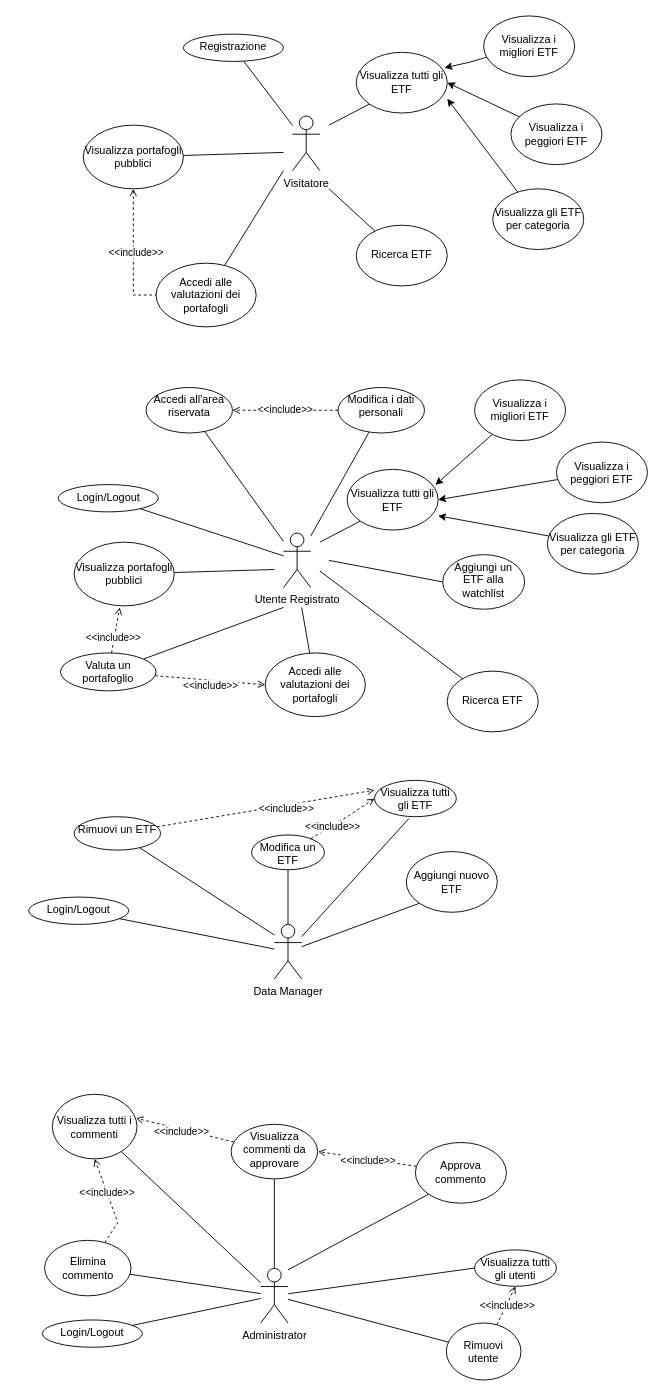
Before: page "user use cases" (2 of 3) of user_use_case.drawio in mattiapitossi/sebd, a draw.io diagram. Source tidied: cells renumbered, new cells numbered last; positions are measured from the earlier drawing's top-left corner, leaving out a move shared by most shapes. Both pictures are drawn from the tidied source at 91%, with x=0, y=0 at pixel (28, 15).
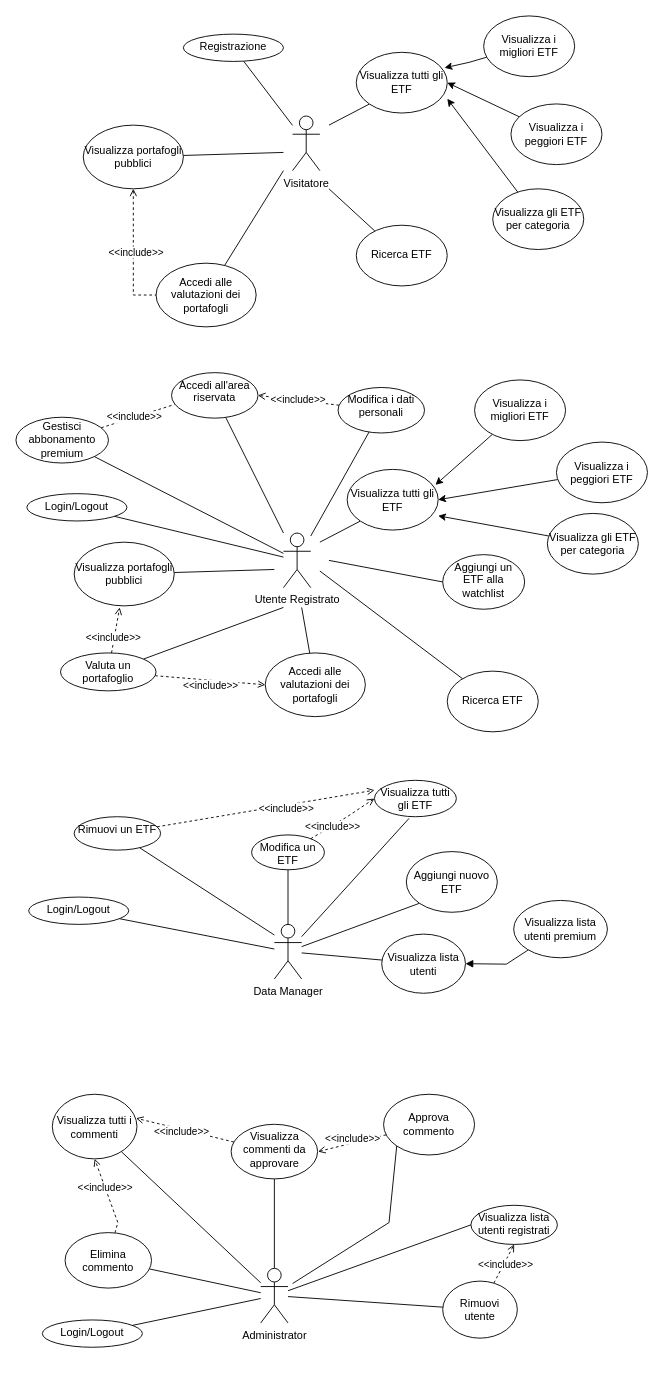
After the change.

The change refers to these unchanged cells:
```xml
<mxCell id="28" value="Utente Registrato" style="shape=umlActor;verticalLabelPosition=bottom;verticalAlign=top;html=1;outlineConnect=0;" parent="1" vertex="1">
  <mxGeometry x="280" y="568.3" width="30" height="60" as="geometry" />
</mxCell>
<mxCell id="48" value="Modifica i dati personali" style="ellipse;whiteSpace=wrap;html=1;verticalAlign=top;" parent="1" vertex="1">
  <mxGeometry x="340" y="408.3" width="95" height="50" as="geometry" />
</mxCell>
<mxCell id="59" value="Data Manager" style="shape=umlActor;verticalLabelPosition=bottom;verticalAlign=top;html=1;outlineConnect=0;" parent="1" vertex="1">
  <mxGeometry x="270" y="998.3" width="30" height="60" as="geometry" />
</mxCell>
<mxCell id="81" style="rounded=0;jettySize=auto;html=1;endArrow=open;endFill=0;dashed=1;" parent="1" edge="1" source="83">
  <mxGeometry relative="1" as="geometry">
    <mxPoint x="318" y="1248" as="targetPoint" />
  </mxGeometry>
</mxCell>
```

What changed in the source:
```diff
@@
+    <mxCell id="97" style="rounded=0;jettySize=auto;html=1;endArrow=none;endFill=0;" parent="1" edge="1" source="28" target="101">
+      <mxGeometry relative="1" as="geometry" />
+    </mxCell>
@@
     <mxCell id="45" value="Login/Logout" style="ellipse;whiteSpace=wrap;html=1;verticalAlign=top;" parent="1" vertex="1">
-      <mxGeometry x="32.5" y="515" width="110" height="30" as="geometry" />
+      <mxGeometry x="-2" y="525" width="110" height="30" as="geometry" />
     </mxCell>
     <mxCell id="46" value="Accedi all'area riservata" style="ellipse;whiteSpace=wrap;html=1;verticalAlign=top;" parent="1" vertex="1">
-      <mxGeometry x="129" y="408.3" width="95" height="50" as="geometry" />
+      <mxGeometry x="157" y="392" width="95" height="50" as="geometry" />
     </mxCell>
-    <mxCell id="47" value="&amp;lt;&amp;lt;include&amp;gt;&amp;gt;" style="edgeStyle=orthogonalEdgeStyle;rounded=0;jettySize=auto;html=1;entryX=1;entryY=0.5;entryDx=0;entryDy=0;dashed=1;endArrow=open;endFill=0;startArrow=none;startFill=0;" parent="1" edge="1" source="48" target="46">
+    <mxCell id="47" value="&amp;lt;&amp;lt;include&amp;gt;&amp;gt;" style="rounded=0;jettySize=auto;html=1;entryX=1;entryY=0.5;entryDx=0;entryDy=0;dashed=1;endArrow=open;endFill=0;startArrow=none;startFill=0;" parent="1" edge="1" source="48" target="46">
       <mxGeometry relative="1" as="geometry" />
     </mxCell>
@@
+    <mxCell id="98" style="rounded=0;jettySize=auto;html=1;endArrow=none;endFill=0;" parent="1" edge="1" source="59" target="103">
+      <mxGeometry relative="1" as="geometry" />
+    </mxCell>
@@
     <mxCell id="80" style="rounded=0;jettySize=auto;html=1;exitX=0;exitY=1;exitDx=0;exitDy=0;endArrow=none;endFill=0;" parent="1" edge="1" source="83">
       <mxGeometry relative="1" as="geometry">
-        <mxPoint x="285" y="1378" as="targetPoint" />
+        <mxPoint x="290" y="1393" as="targetPoint" />
+        <Array as="points">
+          <mxPoint x="396" y="1326" />
+        </Array>
       </mxGeometry>
     </mxCell>
@@
     <mxCell id="82" value="&amp;lt;&amp;lt;include&amp;gt;&amp;gt;" style="edgeLabel;html=1;align=center;verticalAlign=middle;" parent="81" vertex="1">
       <mxGeometry x="0.42" y="3" relative="1" as="geometry">
-        <mxPoint x="24" y="2" as="offset" />
+        <mxPoint x="15" y="-12" as="offset" />
       </mxGeometry>
     </mxCell>
     <mxCell id="83" value="Approva commento" style="ellipse;whiteSpace=wrap;html=1;" parent="1" vertex="1">
-      <mxGeometry x="425" y="1238" width="100" height="66.7" as="geometry" />
+      <mxGeometry x="390" y="1185" width="100" height="66.7" as="geometry" />
     </mxCell>
@@
-    <mxCell id="86" value="Visualizza tutti gli utenti" style="ellipse;whiteSpace=wrap;html=1;verticalAlign=top;" parent="1" vertex="1">
-      <mxGeometry x="490" y="1356" width="90" height="40" as="geometry" />
+    <mxCell id="86" value="Visualizza lista utenti registrati" style="ellipse;whiteSpace=wrap;html=1;verticalAlign=top;" parent="1" vertex="1">
+      <mxGeometry x="486" y="1307" width="95" height="43" as="geometry" />
     </mxCell>
@@
     <mxCell id="92" value="Elimina commento" style="ellipse;whiteSpace=wrap;html=1;" parent="1" vertex="1">
-      <mxGeometry x="17.5" y="1345.5" width="95" height="61" as="geometry" />
+      <mxGeometry x="40" y="1337" width="95" height="61" as="geometry" />
     </mxCell>
@@
     <mxCell id="95" value="Rimuovi utente" style="ellipse;whiteSpace=wrap;html=1;" parent="1" vertex="1">
-      <mxGeometry x="459" y="1436.3" width="82" height="62.7" as="geometry" />
+      <mxGeometry x="455" y="1390.3" width="82" height="62.7" as="geometry" />
     </mxCell>
@@
+    <mxCell id="99" style="rounded=0;jettySize=auto;html=1;entryX=0.034;entryY=0.7;entryDx=0;entryDy=0;entryPerimeter=0;endArrow=none;endFill=0;dashed=1;" parent="1" edge="1" source="101" target="46">
+      <mxGeometry relative="1" as="geometry" />
+    </mxCell>
+    <mxCell id="100" value="&amp;lt;&amp;lt;include&amp;gt;&amp;gt;" style="edgeLabel;html=1;align=center;verticalAlign=middle;" parent="99" vertex="1">
+      <mxGeometry x="-0.6" y="2" relative="1" as="geometry">
+        <mxPoint x="20" y="-5" as="offset" />
+      </mxGeometry>
+    </mxCell>
+    <mxCell id="101" value="Gestisci&lt;br&gt;abbonamento premium" style="ellipse;whiteSpace=wrap;html=1;" parent="1" vertex="1">
+      <mxGeometry x="-14" y="441" width="101.7" height="50.3" as="geometry" />
+    </mxCell>
+    <mxCell id="102" style="rounded=0;jettySize=auto;html=1;startArrow=block;startFill=1;endArrow=none;endFill=0;" parent="1" edge="1" source="103" target="104">
+      <mxGeometry relative="1" as="geometry">
+        <Array as="points">
+          <mxPoint x="525" y="1042" />
+        </Array>
+      </mxGeometry>
+    </mxCell>
+    <mxCell id="103" value="Visualizza lista utenti" style="ellipse;whiteSpace=wrap;html=1;" parent="1" vertex="1">
+      <mxGeometry x="388" y="1009" width="92" height="65" as="geometry" />
+    </mxCell>
+    <mxCell id="104" value="Visualizza lista utenti premium" style="ellipse;whiteSpace=wrap;html=1;" parent="1" vertex="1">
+      <mxGeometry x="533" y="972" width="103" height="63" as="geometry" />
+    </mxCell>
```
